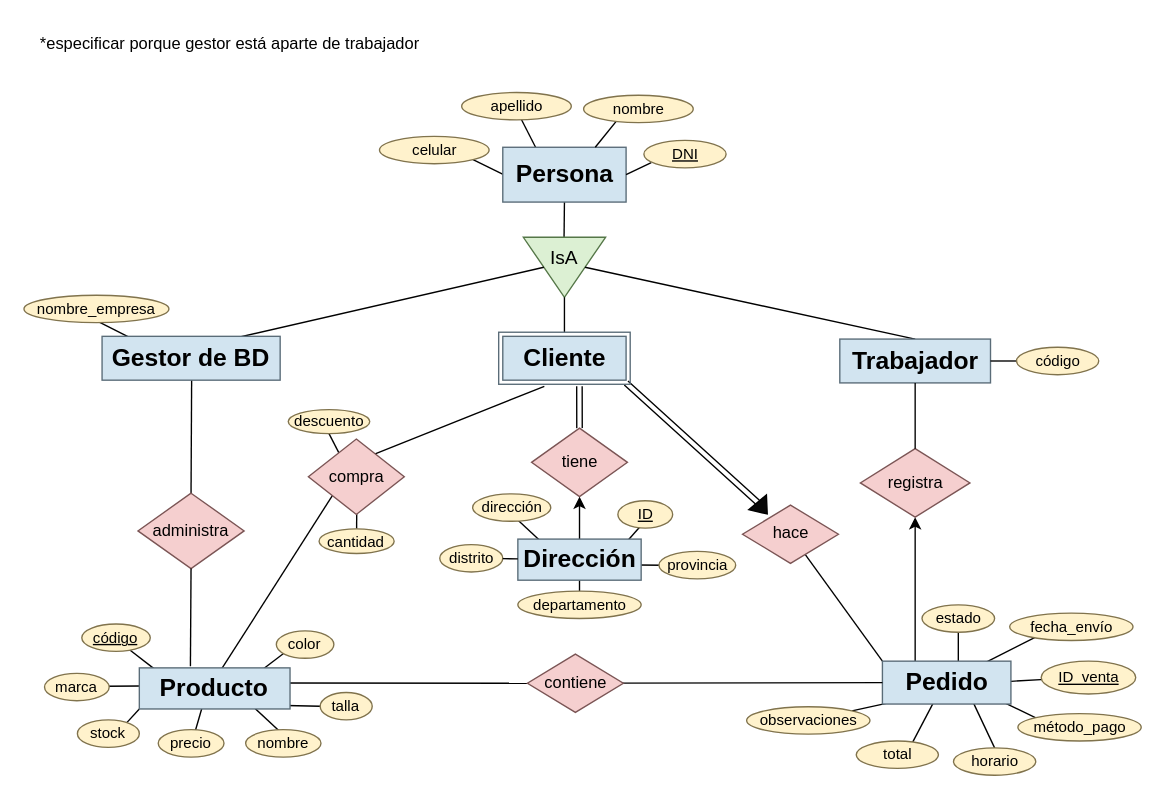
This is Diagrama sin título.drawio from flaqq0/yoc, a draw.io file, before an edit. Source tidied: cells renumbered, new cells numbered last; positions are measured from the earlier drawing's top-left corner, leaving out a move shared by most shapes. Both pictures are drawn from the tidied source at 137%, with x=0, y=0 at pixel (23, 23).
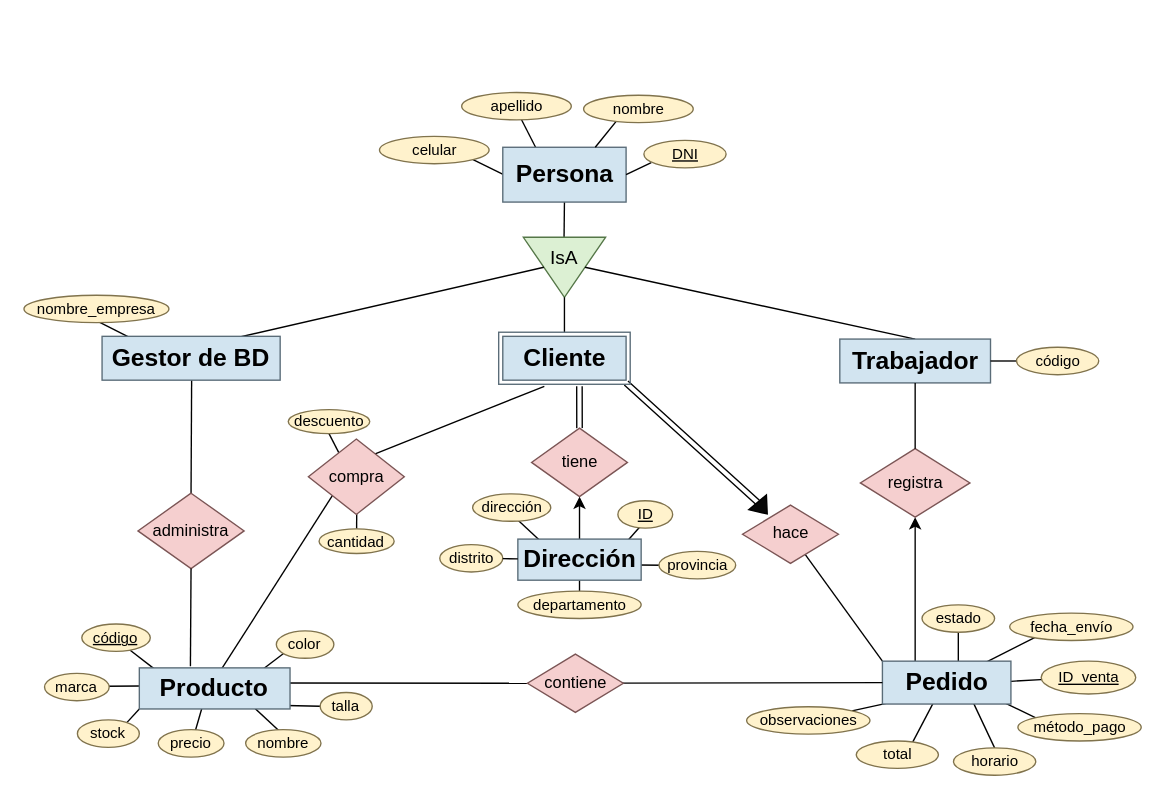
After the change.

Change to the diagram source:
```diff
@@
-    <mxCell id="73" value="*especificar porque gestor está aparte de trabajador" style="text;html=1;align=center;verticalAlign=middle;strokeColor=none;fillColor=none;" parent="1" vertex="1">
-      <mxGeometry width="300" height="30" as="geometry" />
-    </mxCell>
```
